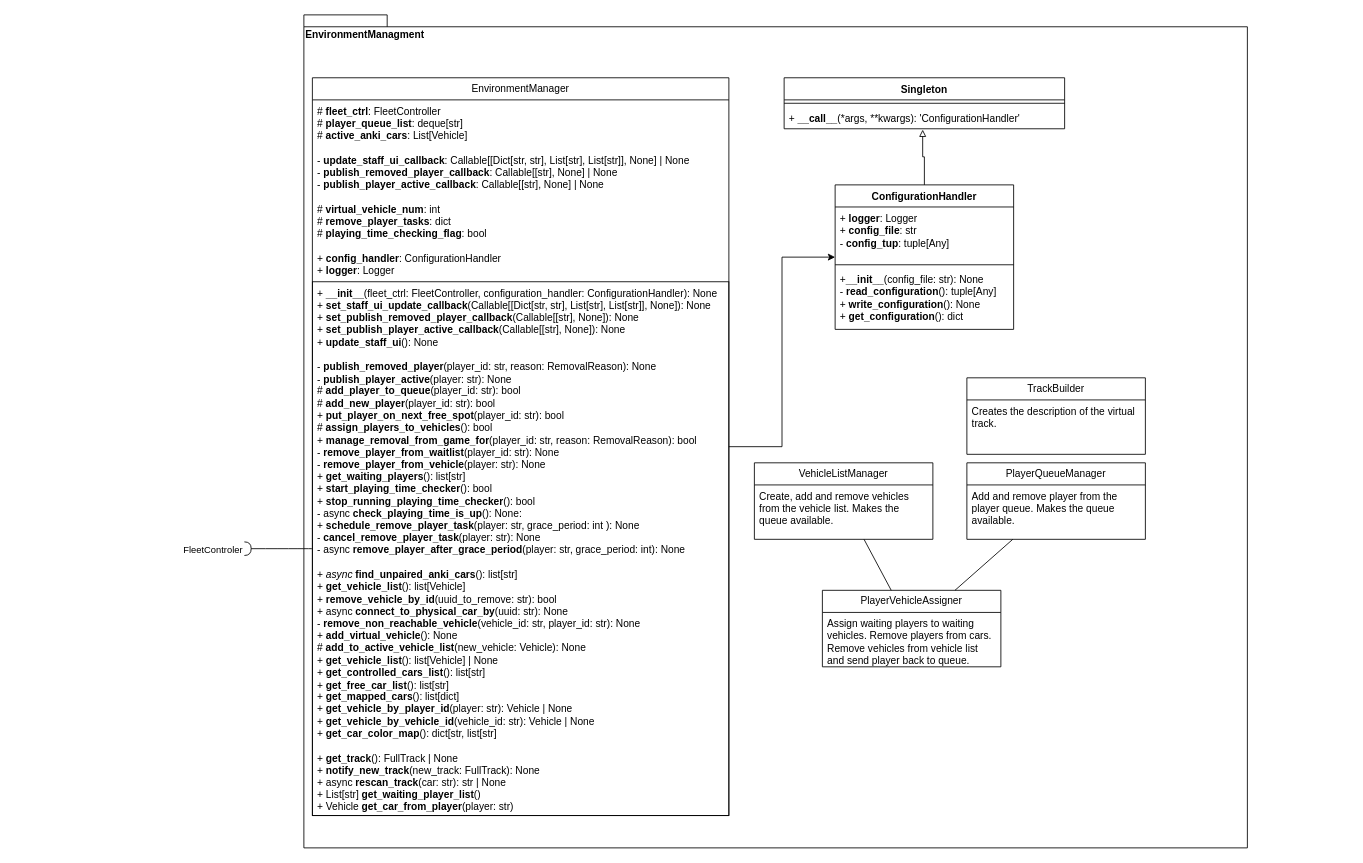
Above: src/EnvironmentManagement/EnvironmentManager.drawio in iavofficial/IAV_Distortion (draw.io), before the change. Source tidied: cells renumbered, new cells numbered last; positions are measured from the earlier drawing's top-left corner, leaving out a move shared by most shapes. Both pictures are drawn from the tidied source at 85%, with x=0, y=0 at pixel (244, 14).
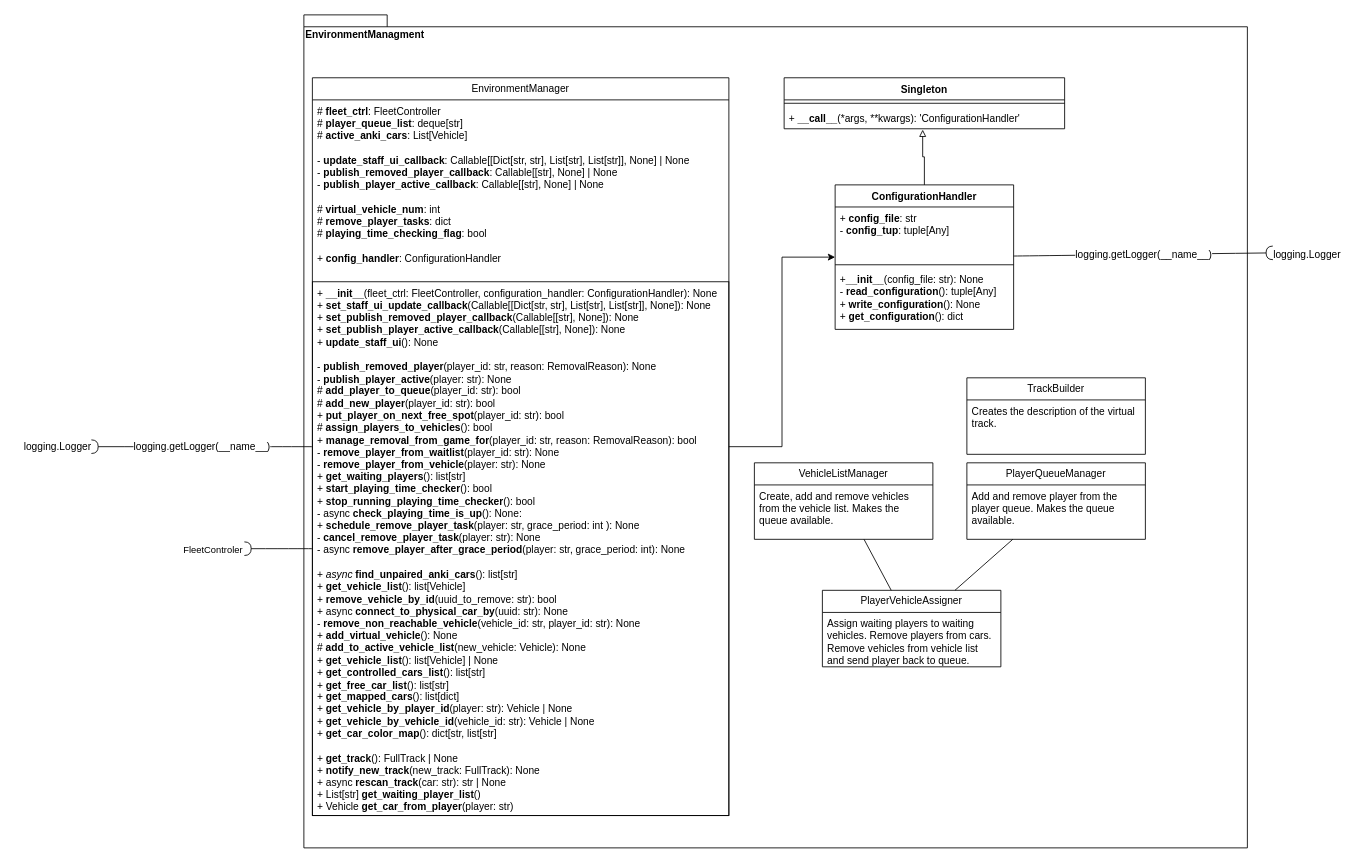
The same page after the edit.

The change refers to these unchanged cells:
```xml
<mxCell id="3" value="EnvironmentManager" style="swimlane;fontStyle=0;horizontal=1;startSize=26;fillColor=none;whiteSpace=wrap;html=1;" parent="1" vertex="1">
  <mxGeometry x="80" y="74" width="490" height="868" as="geometry" />
</mxCell>
<mxCell id="19" value="ConfigurationHandler" style="swimlane;fontStyle=1;align=center;verticalAlign=top;horizontal=1;startSize=26;whiteSpace=wrap;html=1;" parent="1" vertex="1">
  <mxGeometry x="695" y="200" width="210" height="170" as="geometry" />
</mxCell>
```

What changed in the source:
```diff
@@
-    <mxCell id="4" value="# &lt;b&gt;fleet_ctrl&lt;/b&gt;: FleetController&lt;div&gt;# &lt;b&gt;player_queue_list&lt;/b&gt;: deque[str]&lt;br&gt;&lt;/div&gt;&lt;div&gt;#&amp;nbsp;&lt;b&gt;active_anki_cars&lt;/b&gt;: List[Vehicle]&lt;/div&gt;&lt;div&gt;&lt;br&gt;&lt;/div&gt;&lt;div&gt;- &lt;b&gt;update_staff_ui_callback&lt;/b&gt;: Callable[[Dict[str, str], List[str], List[str]], None] | None&lt;br&gt;&lt;/div&gt;&lt;div&gt;-&amp;nbsp;&lt;span style=&quot;background-color: initial;&quot;&gt;&lt;b&gt;publish_removed_player_callback&lt;/b&gt;: Callable[[str], None] | None&lt;/span&gt;&lt;/div&gt;&lt;div&gt;&lt;span style=&quot;background-color: initial;&quot;&gt;- &lt;b&gt;publish_player_active_callback&lt;/b&gt;: Callable[[str], None] | None&lt;/span&gt;&lt;/div&gt;&lt;div&gt;&lt;span style=&quot;background-color: initial;&quot;&gt;&lt;br&gt;&lt;/span&gt;&lt;/div&gt;&lt;div&gt;&lt;span style=&quot;background-color: initial;&quot;&gt;#&amp;nbsp;&lt;/span&gt;&lt;span style=&quot;background-color: initial;&quot;&gt;&lt;b&gt;virtual_vehicle_num&lt;/b&gt;: int&lt;/span&gt;&lt;/div&gt;&lt;div&gt;&lt;span style=&quot;background-color: initial;&quot;&gt;# &lt;b&gt;remove_player_tasks&lt;/b&gt;: dict&lt;br&gt;&lt;/span&gt;&lt;/div&gt;&lt;div&gt;&lt;span style=&quot;background-color: initial;&quot;&gt;# &lt;b&gt;playing_time_checking_flag&lt;/b&gt;: bool&lt;br&gt;&lt;/span&gt;&lt;/div&gt;&lt;div&gt;&lt;span style=&quot;background-color: initial;&quot;&gt;&lt;br&gt;&lt;/span&gt;&lt;/div&gt;&lt;div&gt;&lt;span style=&quot;background-color: initial;&quot;&gt;+ &lt;b&gt;config_handler&lt;/b&gt;: ConfigurationHandler&lt;br&gt;&lt;/span&gt;&lt;/div&gt;&lt;div&gt;&lt;span style=&quot;background-color: initial;&quot;&gt;+&amp;nbsp;&lt;/span&gt;&lt;span style=&quot;background-color: initial;&quot;&gt;&lt;b&gt;logger&lt;/b&gt;: Logger&lt;/span&gt;&lt;/div&gt;" style="text;strokeColor=none;fillColor=none;align=left;verticalAlign=top;spacingLeft=4;spacingRight=4;overflow=hidden;whiteSpace=wrap;html=1;" parent="3" vertex="1">
+    <mxCell id="4" value="# &lt;b&gt;fleet_ctrl&lt;/b&gt;: FleetController&lt;div&gt;# &lt;b&gt;player_queue_list&lt;/b&gt;: deque[str]&lt;br&gt;&lt;/div&gt;&lt;div&gt;#&amp;nbsp;&lt;b&gt;active_anki_cars&lt;/b&gt;: List[Vehicle]&lt;/div&gt;&lt;div&gt;&lt;br&gt;&lt;/div&gt;&lt;div&gt;- &lt;b&gt;update_staff_ui_callback&lt;/b&gt;: Callable[[Dict[str, str], List[str], List[str]], None] | None&lt;br&gt;&lt;/div&gt;&lt;div&gt;-&amp;nbsp;&lt;span style=&quot;background-color: initial;&quot;&gt;&lt;b&gt;publish_removed_player_callback&lt;/b&gt;: Callable[[str], None] | None&lt;/span&gt;&lt;/div&gt;&lt;div&gt;&lt;span style=&quot;background-color: initial;&quot;&gt;- &lt;b&gt;publish_player_active_callback&lt;/b&gt;: Callable[[str], None] | None&lt;/span&gt;&lt;/div&gt;&lt;div&gt;&lt;span style=&quot;background-color: initial;&quot;&gt;&lt;br&gt;&lt;/span&gt;&lt;/div&gt;&lt;div&gt;&lt;span style=&quot;background-color: initial;&quot;&gt;#&amp;nbsp;&lt;/span&gt;&lt;span style=&quot;background-color: initial;&quot;&gt;&lt;b&gt;virtual_vehicle_num&lt;/b&gt;: int&lt;/span&gt;&lt;/div&gt;&lt;div&gt;&lt;span style=&quot;background-color: initial;&quot;&gt;# &lt;b&gt;remove_player_tasks&lt;/b&gt;: dict&lt;br&gt;&lt;/span&gt;&lt;/div&gt;&lt;div&gt;&lt;span style=&quot;background-color: initial;&quot;&gt;# &lt;b&gt;playing_time_checking_flag&lt;/b&gt;: bool&lt;br&gt;&lt;/span&gt;&lt;/div&gt;&lt;div&gt;&lt;span style=&quot;background-color: initial;&quot;&gt;&lt;br&gt;&lt;/span&gt;&lt;/div&gt;&lt;div&gt;&lt;span style=&quot;background-color: initial;&quot;&gt;+ &lt;b&gt;config_handler&lt;/b&gt;: ConfigurationHandler&lt;/span&gt;&lt;/div&gt;" style="text;strokeColor=none;fillColor=none;align=left;verticalAlign=top;spacingLeft=4;spacingRight=4;overflow=hidden;whiteSpace=wrap;html=1;" parent="3" vertex="1">
       <mxGeometry y="26" width="490" height="214" as="geometry" />
     </mxCell>
@@
-    <mxCell id="20" value="&lt;span style=&quot;background-color: initial;&quot;&gt;+&amp;nbsp;&lt;/span&gt;&lt;span style=&quot;background-color: initial;&quot;&gt;&lt;b&gt;logger&lt;/b&gt;: Logger&lt;/span&gt;&lt;div&gt;&lt;span style=&quot;background-color: initial;&quot;&gt;+&amp;nbsp;&lt;/span&gt;&lt;span style=&quot;background-color: initial;&quot;&gt;&lt;b&gt;config_file&lt;/b&gt;: str&lt;/span&gt;&lt;/div&gt;&lt;div&gt;&lt;span style=&quot;background-color: initial;&quot;&gt;-&amp;nbsp;&lt;/span&gt;&lt;span style=&quot;background-color: initial;&quot;&gt;&lt;b&gt;config_tup&lt;/b&gt;: tuple[Any]&lt;/span&gt;&lt;/div&gt;" style="text;strokeColor=none;fillColor=none;align=left;verticalAlign=top;spacingLeft=4;spacingRight=4;overflow=hidden;whiteSpace=wrap;html=1;" parent="19" vertex="1">
+    <mxCell id="20" value="&lt;div&gt;&lt;span style=&quot;background-color: initial;&quot;&gt;+&amp;nbsp;&lt;/span&gt;&lt;span style=&quot;background-color: initial;&quot;&gt;&lt;b&gt;config_file&lt;/b&gt;: str&lt;/span&gt;&lt;/div&gt;&lt;div&gt;&lt;span style=&quot;background-color: initial;&quot;&gt;-&amp;nbsp;&lt;/span&gt;&lt;span style=&quot;background-color: initial;&quot;&gt;&lt;b&gt;config_tup&lt;/b&gt;: tuple[Any]&lt;/span&gt;&lt;/div&gt;" style="text;strokeColor=none;fillColor=none;align=left;verticalAlign=top;spacingLeft=4;spacingRight=4;overflow=hidden;whiteSpace=wrap;html=1;" parent="19" vertex="1">
       <mxGeometry y="26" width="210" height="64" as="geometry" />
     </mxCell>
@@
+    <mxCell id="28" value="logging.getLogger(__name__)" style="rounded=0;jettySize=auto;html=1;endArrow=halfCircle;endFill=0;endSize=6;strokeWidth=1;sketch=0;fontSize=12;curved=1;" parent="1" edge="1" source="19">
+      <mxGeometry relative="1" as="geometry">
+        <mxPoint x="1210" y="280" as="targetPoint" />
+      </mxGeometry>
+    </mxCell>
+    <mxCell id="29" style="ellipse;whiteSpace=wrap;html=1;align=center;fillColor=none;strokeColor=none;perimeter=centerPerimeter;" parent="1" vertex="1">
+      <mxGeometry x="710" y="390" width="10" height="10" as="geometry" />
+    </mxCell>
+    <mxCell id="30" value="logging.Logger" style="text;html=1;align=center;verticalAlign=middle;strokeColor=none;fillColor=none;" parent="1" vertex="1">
+      <mxGeometry x="1200" y="268" width="100" height="30" as="geometry" />
+    </mxCell>
+    <mxCell id="31" value="logging.getLogger(__name__)" style="rounded=0;jettySize=auto;html=1;endArrow=halfCircle;endFill=0;endSize=6;strokeWidth=1;sketch=0;fontSize=12;curved=1;" parent="1" edge="1" source="3">
+      <mxGeometry relative="1" as="geometry">
+        <mxPoint x="-180" y="508" as="targetPoint" />
+      </mxGeometry>
+    </mxCell>
+    <mxCell id="32" value="logging.Logger" style="text;html=1;align=center;verticalAlign=middle;strokeColor=none;fillColor=none;" parent="1" vertex="1">
+      <mxGeometry x="-270" y="493" width="100" height="30" as="geometry" />
+    </mxCell>
```
